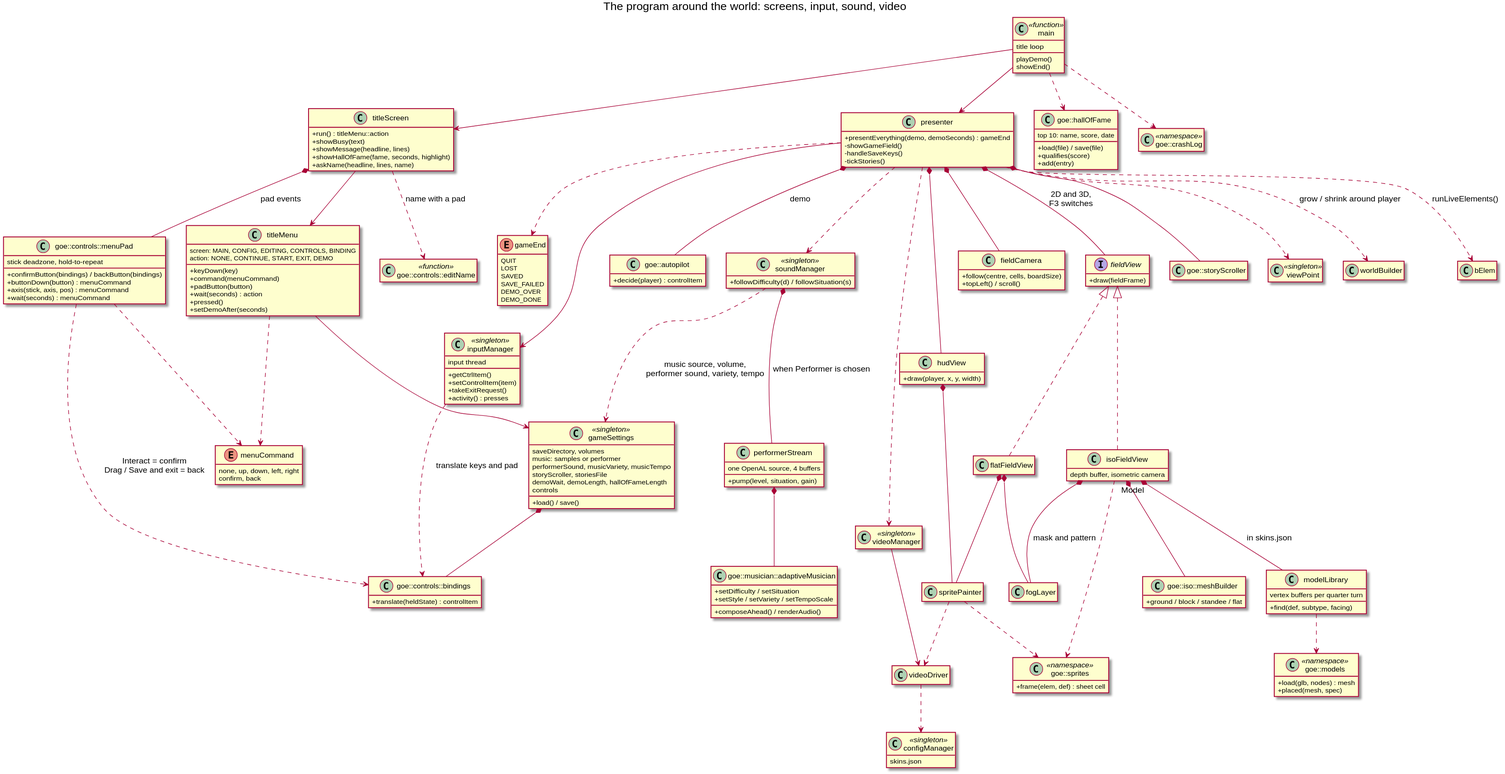
arielkonopka/Gardens-of-Eris keeps this PlantUML diagram as docs/diagrams/03-application-classes.svg. Above is the earlier version.
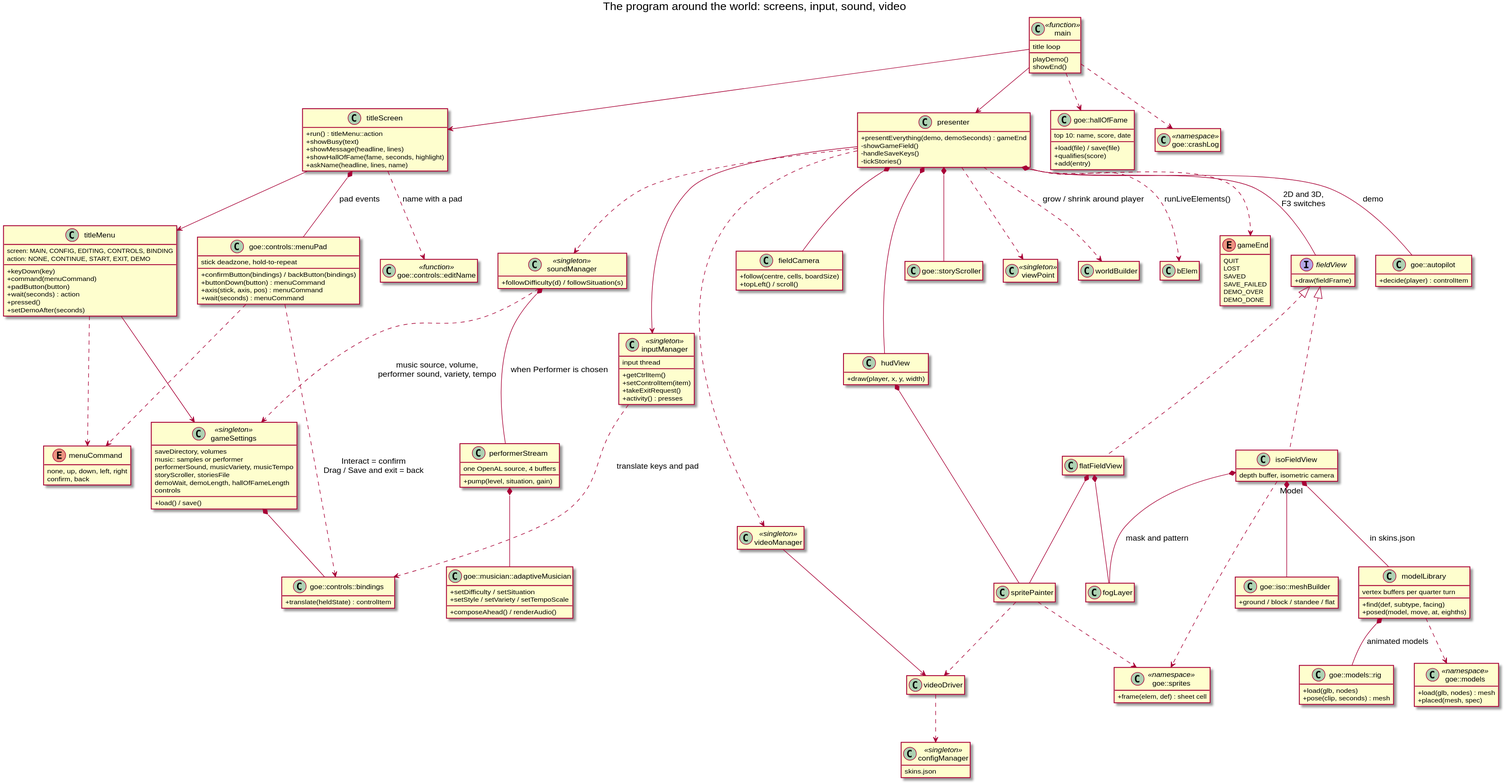
The same file after the commit.

Change to the diagram source:
```diff
@@ -108,7 +108,12 @@
 }
 class modelLibrary {
   +find(def, subtype, facing)
+  +posed(model, move, at, eighths)
   vertex buffers per quarter turn
+}
+class "goe::models::rig" as rig {
+  +load(glb, nodes)
+  +pose(clip, seconds) : mesh
 }
 class "goe::models" as models <<namespace>> {
   +load(glb, nodes) : mesh
@@ -155,6 +160,7 @@
 isoFieldView ..> sprites
 isoFieldView *-- modelLibrary : "Model" in skins.json
 modelLibrary ..> models
+modelLibrary *-- rig : animated models
 flatFieldView *-- fogLayer
 flatFieldView *-- spritePainter
 hudView *-- spritePainter
```
